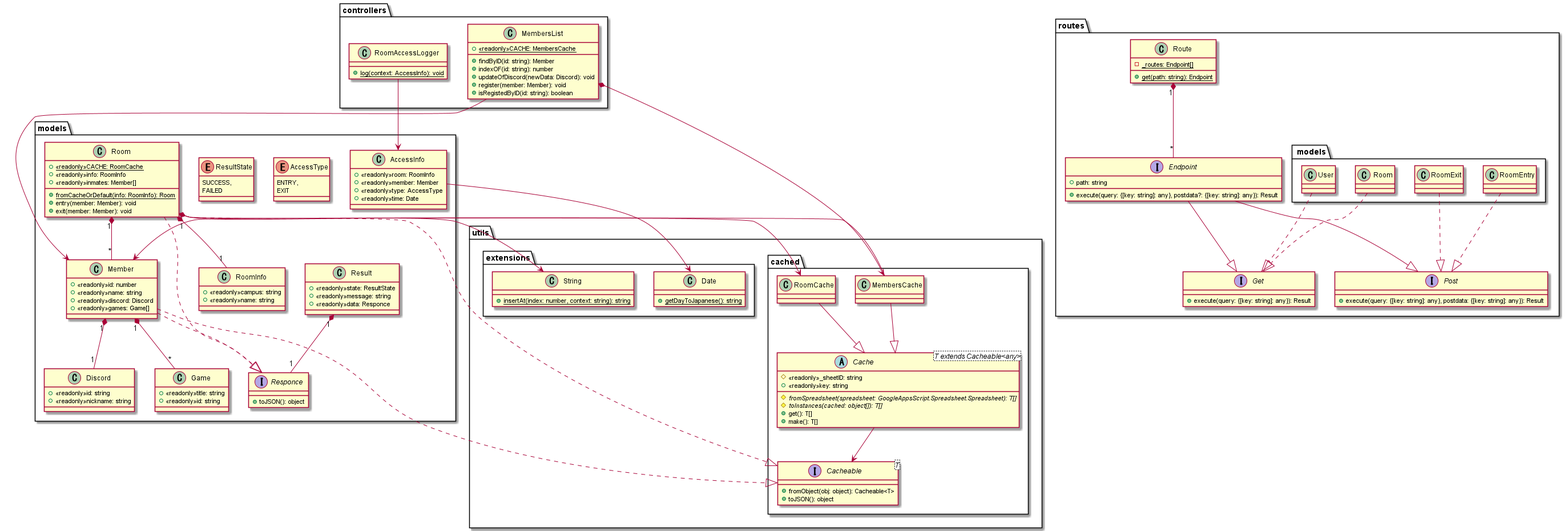
Before: uml/classDiagram/classDiagram.png, a diagram exported from PlantUML (NIT-esports/NITeAPI).
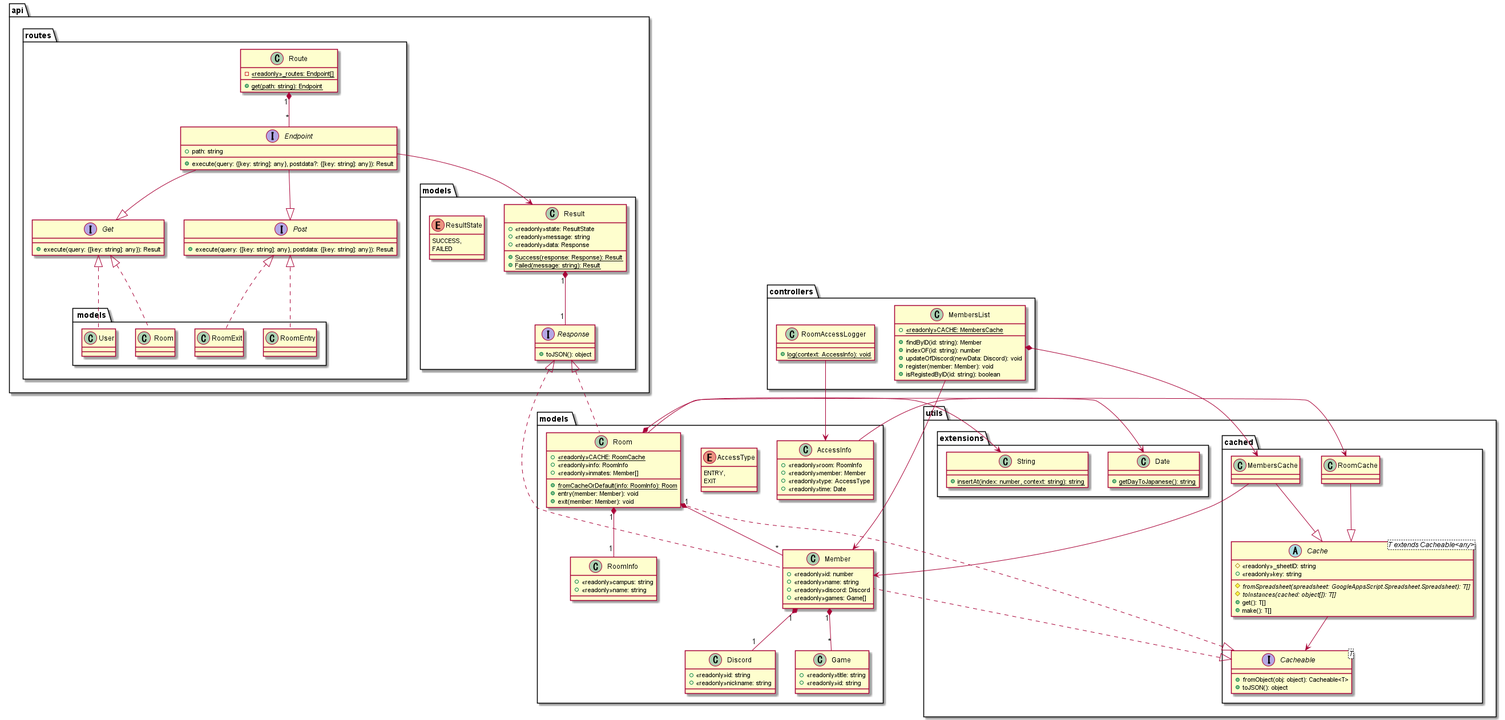
The same file after the commit.

The edit, as a diff of the source:
```diff
@@ -1,4 +1,55 @@
 @startuml
+package api
+{
+    package models
+    {
+        interface Response
+        {
+            +toJSON(): object
+        }
+        class Result
+        {
+            +<<readonly>>state: ResultState
+            +<<readonly>>message: string
+            +<<readonly>>data: Response
+            +{static}Success(response: Response): Result
+            +{static}Failed(message: string): Result
+        }
+        enum ResultState
+        {
+            SUCCESS,
+            FAILED
+        }
+    }
+    package routes
+    {
+        package " models"
+        {
+            class " Room"
+            class RoomEntry
+            class RoomExit
+            class User
+        }
+        interface Endpoint
+        {
+            +path: string
+            +execute(query: {[key: string]: any}, postdata?: {[key: string]: any}): Result
+        }
+        interface Get
+        {
+            +execute(query: {[key: string]: any}): Result
+        }
+        interface Post
+        {
+            +execute(query: {[key: string]: any}, postdata: {[key: string]: any}): Result
+        }
+        class Route
+        {
+            -{static}<<readonly>>_routes: Endpoint[]
+            +{static}get(path: string): Endpoint
+        }
+    }
+}
 package controllers
 {
     class MembersList
@@ -15,7 +66,7 @@
         +{static}log(context: AccessInfo): void
     }
 }
-package models
+package "models "
 {
     class AccessInfo
     {
@@ -46,21 +97,6 @@
         +<<readonly>>discord: Discord
         +<<readonly>>games: Game[]
     }
-    interface Responce
-    {
-        +toJSON(): object
-    }
-    class Result
-    {
-        +<<readonly>>state: ResultState
-        +<<readonly>>message: string
-        +<<readonly>>data: Responce
-    }
-    enum ResultState
-    {
-        SUCCESS,
-        FAILED
-    }
     class Room
     {
         +{static}<<readonly>>CACHE: RoomCache
@@ -74,34 +110,6 @@
     {
         +<<readonly>>campus: string
         +<<readonly>>name: string
-    }
-}
-package routes
-{
-    package " models"
-    {
-        class " Room"
-        class RoomEntry
-        class RoomExit
-        class User
-    }
-    interface Endpoint
-    {
-        +path: string
-        +execute(query: {[key: string]: any}, postdata?: {[key: string]: any}): Result
-    }
-    interface Get
-    {
-        +execute(query: {[key: string]: any}): Result
-    }
-    interface Post
-    {
-        +execute(query: {[key: string]: any}, postdata: {[key: string]: any}): Result
-    }
-    class Route
-    {
-        -{static}_routes: Endpoint[]
-        +{static}get(path: string): Endpoint
     }
 }
 package utils
@@ -143,20 +151,20 @@
 Endpoint --|> Get
 Endpoint --|> Post
 
-Member ..|> Responce
-Member ..|> Cacheable
-Room ..|> Responce
-Room ..|> Cacheable
-" Room" ..|> Get
-RoomEntry ..|> Post
-RoomExit ..|> Post
-User ..|> Get
+Member .up.|> Response
+Member .up.|> Cacheable
+Room .up.|> Response
+Room .up.|> Cacheable
+" Room" .up.|> Get
+RoomEntry .up.|> Post
+RoomExit .up.|> Post
+User .up.|> Get
 
 Member "1" *-- "1" Discord
 Member "1" *-- "*" Game
 Room "1" *-- "1" RoomInfo
 Room "1" *-- "*" Member
-Result "1" *-- "1" Responce
+Result "1" *-- "1" Response
 Route "1" *-- "*" Endpoint
 
 MembersList *--> MembersCache
@@ -168,5 +176,6 @@
 MembersList --> Member
 Room --> String
 RoomAccessLogger --> AccessInfo
+Endpoint --> Result
 
 @enduml
```
